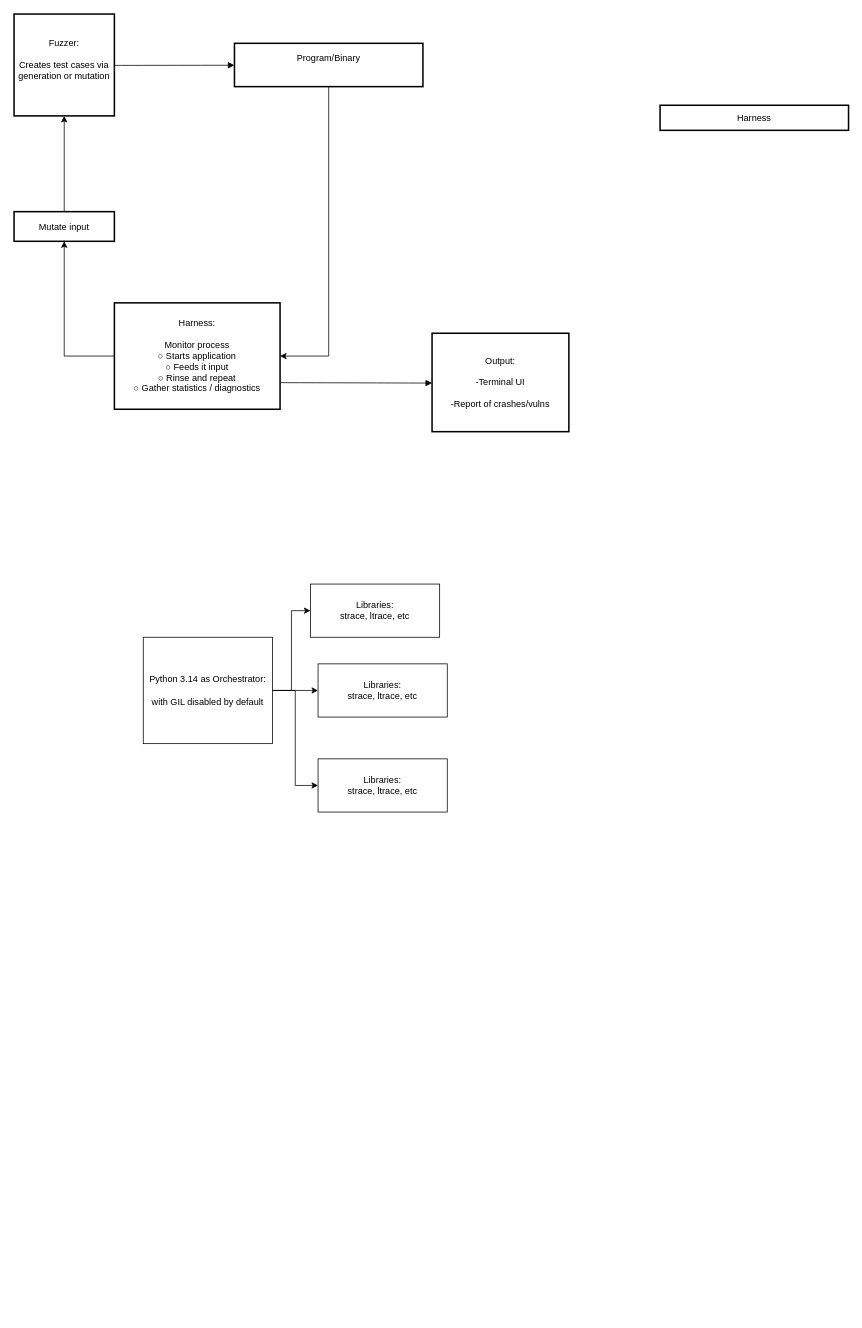
Before: Fuzzer-system-diagram.drawio in arctic-cheetah/Fuzzer, a draw.io diagram. Source tidied: cells renumbered, new cells numbered last; positions are measured from the earlier drawing's top-left corner, leaving out a move shared by most shapes. Both pictures are drawn from the tidied source at 76%, with x=0, y=0 at pixel (14, 14).
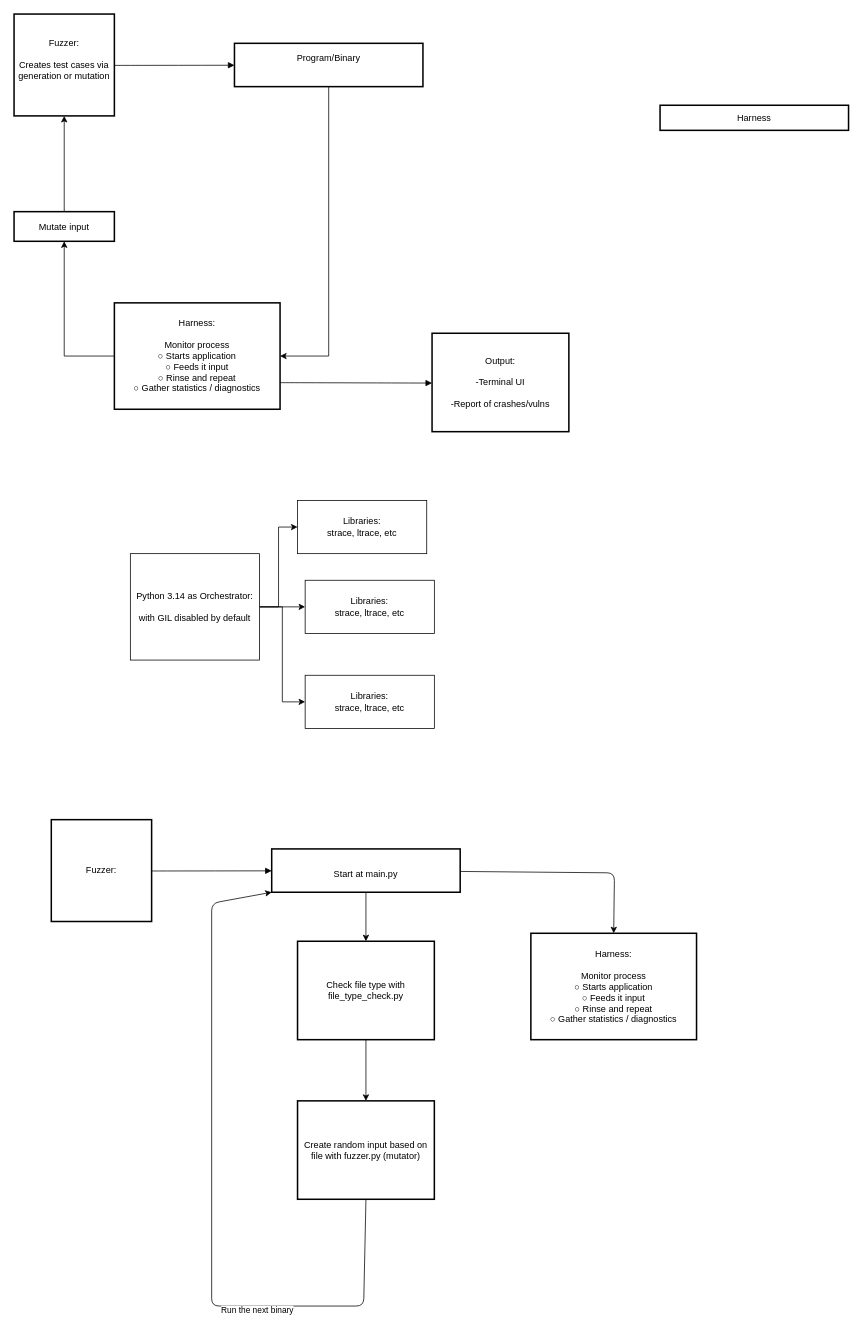
After the change.

The edit, as a diff of the source:
```diff
@@
     <mxCell id="16" value="Python 3.14 as Orchestrator:&lt;div&gt;&lt;br&gt;&lt;div&gt;with GIL disabled by default&lt;/div&gt;&lt;/div&gt;" style="whiteSpace=wrap;html=1;" parent="1" vertex="1">
-      <mxGeometry x="170" y="820" width="170" height="140" as="geometry" />
+      <mxGeometry x="153" y="710" width="170" height="140" as="geometry" />
     </mxCell>
     <mxCell id="17" value="Libraries:&lt;div&gt;strace, ltrace, etc&lt;/div&gt;" style="whiteSpace=wrap;html=1;" parent="1" vertex="1">
-      <mxGeometry x="400" y="855" width="170" height="70" as="geometry" />
+      <mxGeometry x="383" y="745" width="170" height="70" as="geometry" />
     </mxCell>
     <mxCell id="18" value="Libraries:&lt;div&gt;strace, ltrace, etc&lt;/div&gt;" style="whiteSpace=wrap;html=1;" parent="1" vertex="1">
-      <mxGeometry x="390" y="750" width="170" height="70" as="geometry" />
+      <mxGeometry x="373" y="640" width="170" height="70" as="geometry" />
     </mxCell>
     <mxCell id="19" value="Libraries:&lt;div&gt;strace, ltrace, etc&lt;/div&gt;" style="whiteSpace=wrap;html=1;" parent="1" vertex="1">
-      <mxGeometry x="400" y="980" width="170" height="70" as="geometry" />
+      <mxGeometry x="383" y="870" width="170" height="70" as="geometry" />
     </mxCell>
+    <mxCell id="20" value="Fuzzer:" style="whiteSpace=wrap;strokeWidth=2;fontStyle=0;" parent="1" vertex="1">
+      <mxGeometry x="49" y="1060" width="132" height="134" as="geometry" />
+    </mxCell>
+    <mxCell id="21" style="edgeStyle=none;html=1;entryX=0.5;entryY=0;entryDx=0;entryDy=0;" parent="1" edge="1" source="23" target="27">
+      <mxGeometry relative="1" as="geometry" />
+    </mxCell>
+    <mxCell id="22" style="edgeStyle=none;html=1;entryX=0.5;entryY=0;entryDx=0;entryDy=0;" parent="1" edge="1" source="23" target="25">
+      <mxGeometry relative="1" as="geometry">
+        <Array as="points">
+          <mxPoint x="790" y="1130" />
+        </Array>
+      </mxGeometry>
+    </mxCell>
+    <mxCell id="23" value="Start at main.py&#10;" style="whiteSpace=wrap;strokeWidth=2;align=center;verticalAlign=bottom;" parent="1" vertex="1">
+      <mxGeometry x="339" y="1098.5" width="248" height="57" as="geometry" />
+    </mxCell>
+    <mxCell id="24" style="curved=1;startArrow=none;endArrow=block;exitX=0.9988636826023911;exitY=0.5040816482232542;entryX=-0.0006048140987273186;entryY=0.5060606291799834;rounded=0;" parent="1" edge="1" source="20" target="23">
+      <mxGeometry relative="1" as="geometry" />
+    </mxCell>
+    <mxCell id="25" value="Harness:&#10;&#10;Monitor process&#10; ○ Starts application&#10; ○ Feeds it input&#10; ○ Rinse and repeat&#10; ○ Gather statistics / diagnostics" style="whiteSpace=wrap;strokeWidth=2;" parent="1" vertex="1">
+      <mxGeometry x="680" y="1209.5" width="218" height="140" as="geometry" />
+    </mxCell>
+    <mxCell id="26" style="edgeStyle=none;html=1;" parent="1" edge="1" source="27" target="30">
+      <mxGeometry relative="1" as="geometry" />
+    </mxCell>
+    <mxCell id="27" value="Check file type with file_type_check.py" style="whiteSpace=wrap;strokeWidth=2;" parent="1" vertex="1">
+      <mxGeometry x="373" y="1220" width="180" height="129.5" as="geometry" />
+    </mxCell>
+    <mxCell id="28" style="edgeStyle=none;html=1;exitX=0.5;exitY=1;exitDx=0;exitDy=0;entryX=0;entryY=1;entryDx=0;entryDy=0;" parent="1" edge="1" source="30" target="23">
+      <mxGeometry relative="1" as="geometry">
+        <Array as="points">
+          <mxPoint x="460" y="1700" />
+          <mxPoint x="260" y="1700" />
+          <mxPoint x="260" y="1170" />
+        </Array>
+      </mxGeometry>
+    </mxCell>
+    <mxCell id="29" value="Run the next binary" style="edgeLabel;html=1;align=center;verticalAlign=middle;" parent="28" vertex="1">
+      <mxGeometry x="-0.41" y="5" relative="1" as="geometry" />
+    </mxCell>
+    <mxCell id="30" value="Create random input based on file with fuzzer.py (mutator)" style="whiteSpace=wrap;strokeWidth=2;" parent="1" vertex="1">
+      <mxGeometry x="373" y="1430" width="180" height="129.5" as="geometry" />
+    </mxCell>
```
